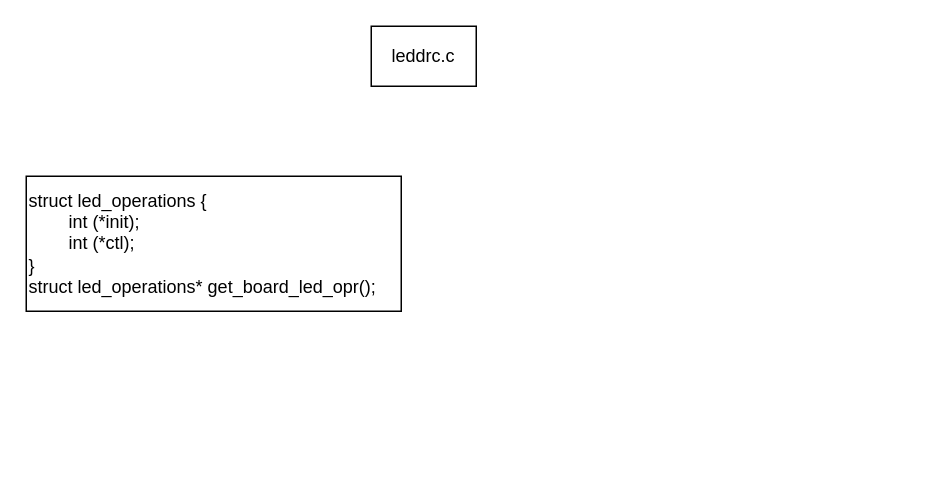
Before: 驱动框架.drawio in mowang111/mydrawio, a draw.io diagram. Source tidied: cells renumbered, new cells numbered last; positions are measured from the earlier drawing's top-left corner, leaving out a move shared by most shapes. Both pictures are drawn from the tidied source at 150%, with x=0, y=0 at pixel (26, 26).
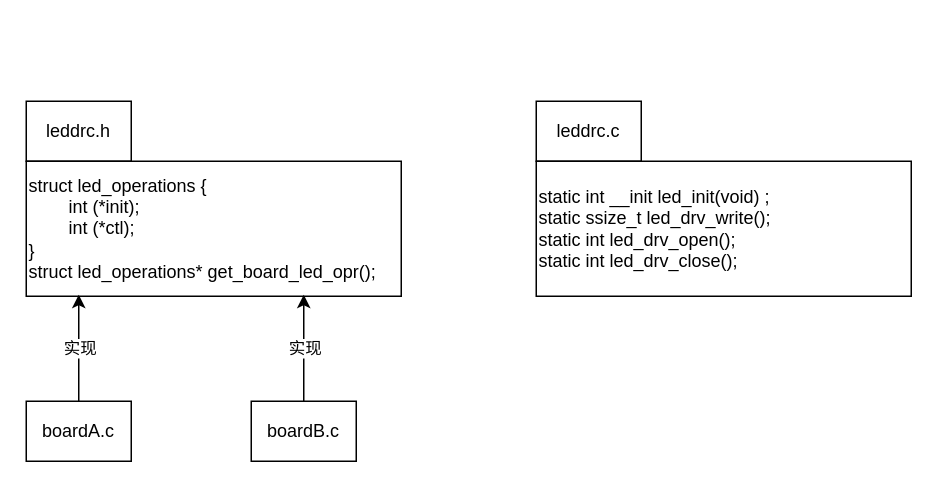
The same page after the edit.

Commit message (it also covers changes not shown here):
更新驱动框架.drawio

Change to the diagram source:
```diff
@@
 <mxGraphModel>
   <root>
     <mxCell id="0" />
     <mxCell id="1" parent="0" />
-    <mxCell id="2" value="leddrc.c" style="rounded=0;whiteSpace=wrap;html=1;" parent="1" vertex="1">
-      <mxGeometry x="230" width="70" height="40" as="geometry" />
+    <mxCell id="2" value="leddrc.h" style="rounded=0;whiteSpace=wrap;html=1;" parent="1" vertex="1">
+      <mxGeometry y="50" width="70" height="40" as="geometry" />
     </mxCell>
     <mxCell id="3" value="struct led_operations {&lt;div&gt;&lt;span style=&quot;white-space: pre;&quot;&gt;&#9;&lt;/span&gt;int (*init);&lt;br&gt;&lt;/div&gt;&lt;div&gt;&lt;span style=&quot;white-space: pre;&quot;&gt;&#9;&lt;/span&gt;int (*ctl);&lt;br&gt;&lt;/div&gt;&lt;div&gt;}&lt;/div&gt;&lt;div&gt;struct led_operations* get_board_led_opr();&lt;/div&gt;" style="rounded=0;whiteSpace=wrap;html=1;align=left;" parent="1" vertex="1">
-      <mxGeometry y="100" width="250" height="90" as="geometry" />
+      <mxGeometry y="90" width="250" height="90" as="geometry" />
     </mxCell>
+    <mxCell id="4" value="boardA.c" style="rounded=0;whiteSpace=wrap;html=1;" parent="1" vertex="1">
+      <mxGeometry y="250" width="70" height="40" as="geometry" />
+    </mxCell>
+    <mxCell id="5" style="edgeStyle=orthogonalEdgeStyle;rounded=0;jettySize=auto;html=1;exitX=0.5;exitY=0;exitDx=0;exitDy=0;entryX=0.14;entryY=0.989;entryDx=0;entryDy=0;entryPerimeter=0;" parent="1" edge="1" source="4" target="3">
+      <mxGeometry relative="1" as="geometry" />
+    </mxCell>
+    <mxCell id="6" value="实现" style="edgeLabel;html=1;align=center;verticalAlign=middle;" parent="5" vertex="1">
+      <mxGeometry x="0.01" relative="1" as="geometry" />
+    </mxCell>
+    <mxCell id="7" value="boardB.c" style="rounded=0;whiteSpace=wrap;html=1;" parent="1" vertex="1">
+      <mxGeometry x="150" y="250" width="70" height="40" as="geometry" />
+    </mxCell>
+    <mxCell id="8" style="edgeStyle=orthogonalEdgeStyle;rounded=0;jettySize=auto;html=1;exitX=0.5;exitY=0;exitDx=0;exitDy=0;entryX=0.14;entryY=0.989;entryDx=0;entryDy=0;entryPerimeter=0;" parent="1" edge="1" source="7">
+      <mxGeometry relative="1" as="geometry">
+        <mxPoint x="185" y="179" as="targetPoint" />
+      </mxGeometry>
+    </mxCell>
+    <mxCell id="9" value="实现" style="edgeLabel;html=1;align=center;verticalAlign=middle;" parent="8" vertex="1">
+      <mxGeometry x="0.01" relative="1" as="geometry" />
+    </mxCell>
+    <mxCell id="10" value="leddrc.c" style="rounded=0;whiteSpace=wrap;html=1;" parent="1" vertex="1">
+      <mxGeometry x="340" y="50" width="70" height="40" as="geometry" />
+    </mxCell>
+    <mxCell id="11" value="static int __init led_init(void) ;&lt;div&gt;static ssize_t led_drv_write();&lt;br&gt;&lt;/div&gt;&lt;div&gt;static int led_drv_open();&lt;br&gt;&lt;/div&gt;&lt;div&gt;static int led_drv_close();&lt;br&gt;&lt;/div&gt;" style="rounded=0;whiteSpace=wrap;html=1;align=left;" parent="1" vertex="1">
+      <mxGeometry x="340" y="90" width="250" height="90" as="geometry" />
+    </mxCell>
   </root>
 </mxGraphModel>
```
